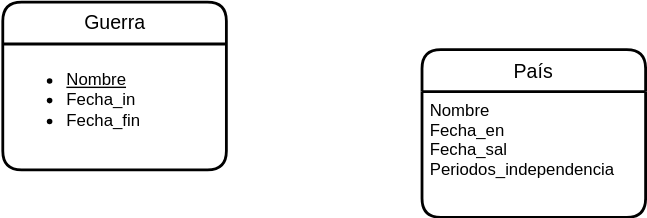
Before: UD12-4.svg, a diagram exported from draw.io (Jimxx22/C3-UD11-UML). Source tidied: cells renumbered, new cells last; positions are measured from the earlier drawing's top-left corner, leaving out a move shared by most shapes.
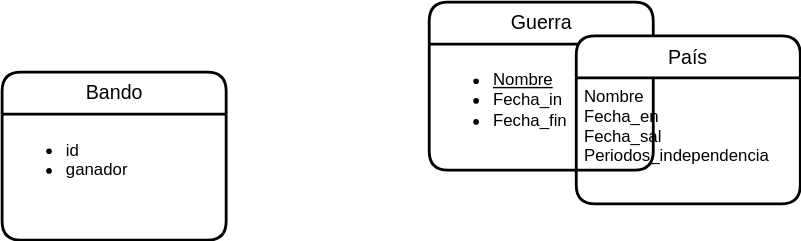
After the commit.

Diff of the diagram source:
```diff
@@ -3,11 +3,17 @@
     <mxCell id="0" />
     <mxCell id="1" parent="0" />
     <mxCell id="2" value="Guerra" style="swimlane;horizontal=1;startSize=30;rounded=1;fontSize=14;fontStyle=0;strokeWidth=2;shadow=0;dashed=0;align=center;glass=0;fillColor=default;html=1;" parent="1" vertex="1">
-      <mxGeometry width="160" height="120" as="geometry" />
+      <mxGeometry x="195" y="10" width="160" height="120" as="geometry" />
     </mxCell>
     <mxCell id="3" value="&lt;ul&gt;&lt;li&gt;&lt;span style=&quot;background-color: initial;&quot;&gt;&lt;u&gt;Nombre&lt;/u&gt;&lt;/span&gt;&lt;/li&gt;&lt;li&gt;Fecha_in&lt;/li&gt;&lt;li&gt;Fecha_fin&lt;/li&gt;&lt;/ul&gt;" style="align=left;strokeColor=none;fillColor=none;spacingLeft=4;fontSize=12;verticalAlign=top;rounded=0;glass=0;html=1;" parent="2" vertex="1">
       <mxGeometry y="30" width="160" height="90" as="geometry" />
     </mxCell>
+    <mxCell id="6" value="Bando" style="swimlane;horizontal=1;startSize=30;rounded=1;fontSize=14;fontStyle=0;strokeWidth=2;shadow=0;dashed=0;align=center;glass=0;fillColor=default;html=1;" parent="1" vertex="1">
+      <mxGeometry x="-110" y="60" width="160" height="120" as="geometry" />
+    </mxCell>
+    <mxCell id="7" value="&lt;ul&gt;&lt;li&gt;id&lt;/li&gt;&lt;li&gt;&lt;span style=&quot;background-color: initial;&quot;&gt;ganador&lt;/span&gt;&lt;br&gt;&lt;/li&gt;&lt;/ul&gt;" style="align=left;strokeColor=none;fillColor=none;spacingLeft=4;fontSize=12;verticalAlign=top;rounded=0;glass=0;html=1;" parent="6" vertex="1">
+      <mxGeometry y="30" width="160" height="90" as="geometry" />
+    </mxCell>
     <mxCell id="4" value="País" style="swimlane;horizontal=1;startSize=30;rounded=1;fontSize=14;fontStyle=0;strokeWidth=2;shadow=0;dashed=0;align=center;html=0;" parent="1" vertex="1">
       <mxGeometry x="300" y="34" width="160" height="120" as="geometry" />
     </mxCell>
```
